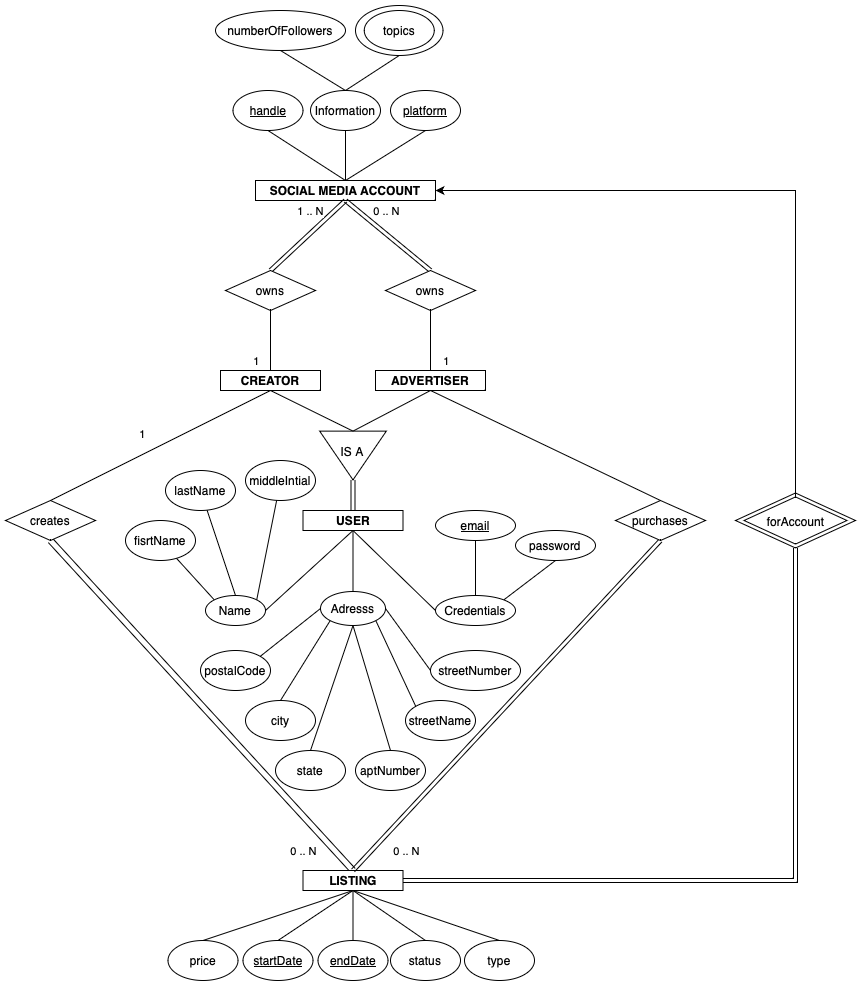
SEG4900-Capstone-Group-T88/AdSpot-Marketplace keeps this draw.io diagram as diagrams/AdSpot ER Diagram.drawio.png. Above is the earlier version. Source tidied: cells renumbered, new cells last; positions are measured from the earlier drawing's top-left corner, leaving out a move shared by most shapes.
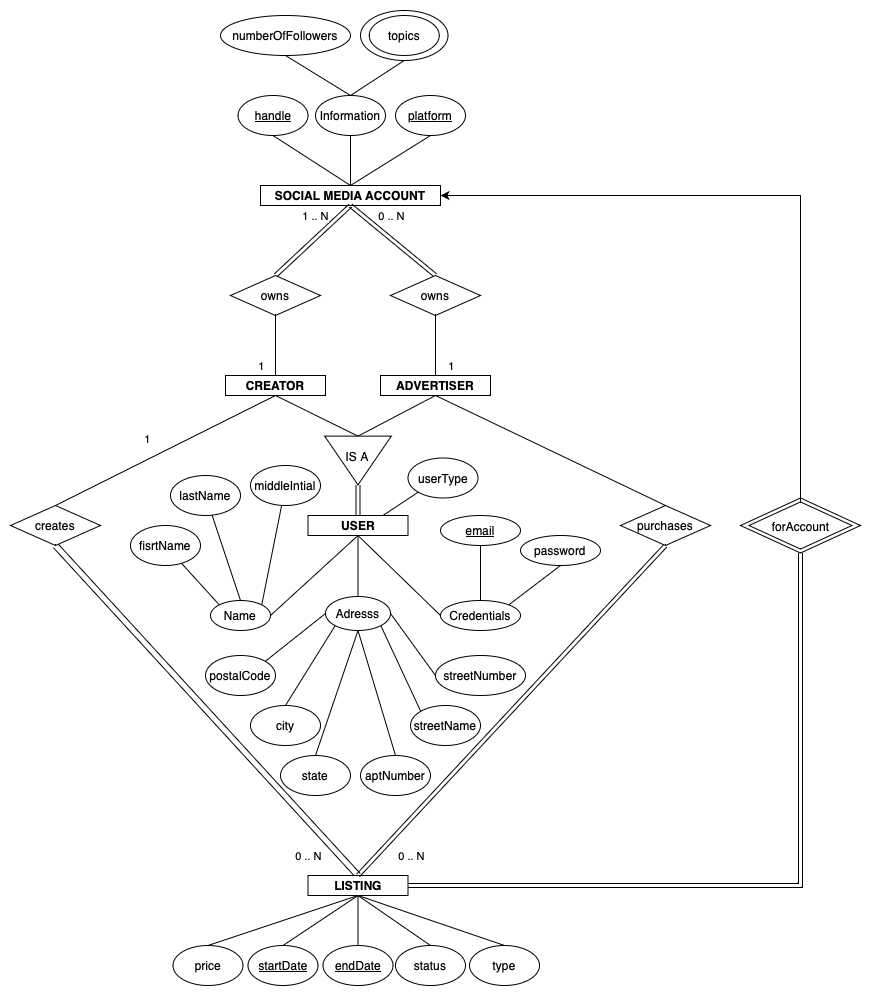
Above is the later version.

The edit, as a diff of the source:
```diff
@@ -271,5 +271,11 @@
     <mxCell id="86" style="edgeStyle=orthogonalEdgeStyle;rounded=0;jettySize=auto;html=1;exitX=0.5;exitY=0;exitDx=0;exitDy=0;entryX=1;entryY=0.5;entryDx=0;entryDy=0;" parent="1" edge="1" source="84" target="2">
       <mxGeometry relative="1" as="geometry" />
     </mxCell>
+    <mxCell id="87" value="userType" style="ellipse;whiteSpace=wrap;html=1;" parent="1" vertex="1">
+      <mxGeometry x="397.5" y="447.5" width="70" height="40" as="geometry" />
+    </mxCell>
+    <mxCell id="88" style="endArrow=none;html=1;rounded=0;entryX=0.75;entryY=0;entryDx=0;entryDy=0;exitX=0;exitY=1;exitDx=0;exitDy=0;" parent="1" edge="1" source="87" target="30">
+      <mxGeometry relative="1" as="geometry" />
+    </mxCell>
   </root>
 </mxGraphModel>
```
